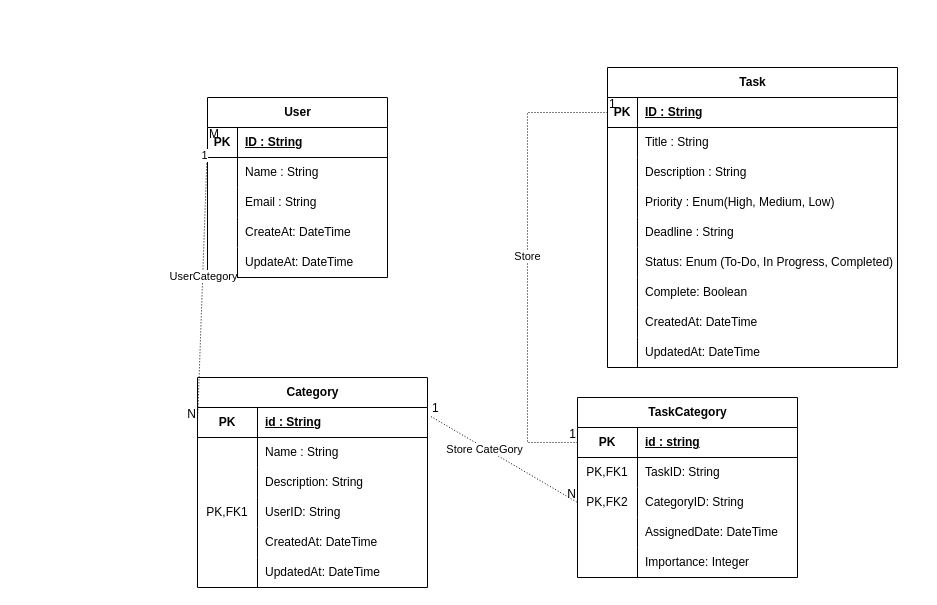
Above: databaseDiagram/Untitled Diagram.drawio in parinya-ao/databaseMidtermProject (draw.io), before the change. Source tidied: cells renumbered, new cells numbered last; positions are measured from the earlier drawing's top-left corner, leaving out a move shared by most shapes. Both pictures are drawn from the tidied source at 100%, with x=0, y=0 at pixel (197, 67).
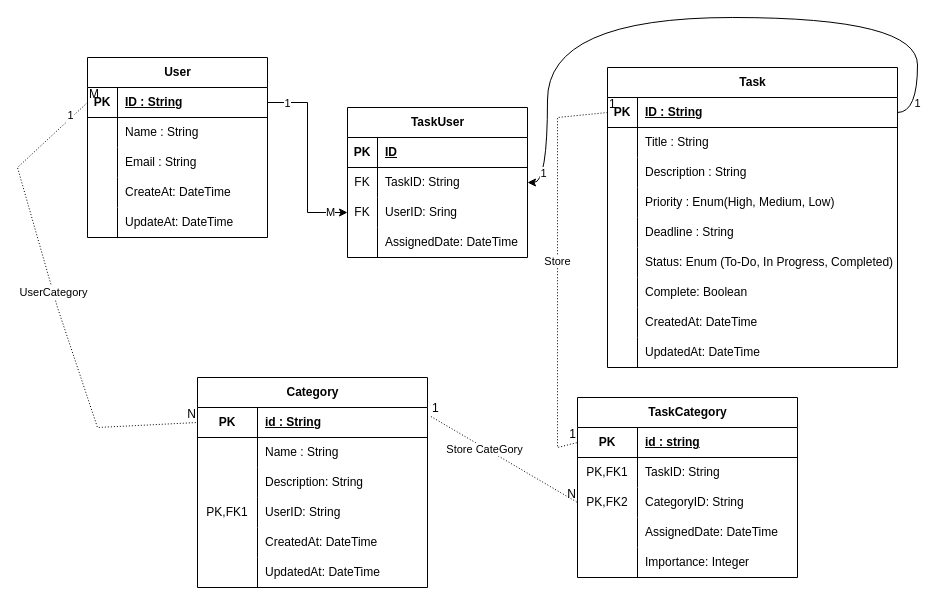
After the change.

Unchanged cells that the change refers to:
```xml
<mxCell id="3" style="shape=tableRow;horizontal=0;startSize=0;swimlaneHead=0;swimlaneBody=0;fillColor=none;points=[[0,0.5],[1,0.5]];portConstraint=eastwest;top=0;left=0;right=0;bottom=1;" parent="2" vertex="1">
  <mxGeometry y="30" width="180" height="30" as="geometry" />
</mxCell>
<mxCell id="20" style="shape=tableRow;horizontal=0;startSize=0;swimlaneHead=0;swimlaneBody=0;fillColor=none;points=[[0,0.5],[1,0.5]];portConstraint=eastwest;top=0;left=0;right=0;bottom=1;" parent="19" vertex="1">
  <mxGeometry y="30" width="290" height="30" as="geometry" />
</mxCell>
<mxCell id="48" style="shape=tableRow;horizontal=0;startSize=0;swimlaneHead=0;swimlaneBody=0;fillColor=none;points=[[0,0.5],[1,0.5]];portConstraint=eastwest;top=0;left=0;right=0;bottom=1;" parent="47" vertex="1">
  <mxGeometry y="30" width="230" height="30" as="geometry" />
</mxCell>
<mxCell id="67" style="shape=tableRow;horizontal=0;startSize=0;swimlaneHead=0;swimlaneBody=0;fillColor=none;points=[[0,0.5],[1,0.5]];portConstraint=eastwest;top=0;left=0;right=0;bottom=1;" parent="66" vertex="1">
  <mxGeometry y="30" width="220" height="30" as="geometry" />
</mxCell>
```

The edit, as a diff of the source:
```diff
@@
     <mxCell id="2" value="User" style="shape=table;startSize=30;childLayout=tableLayout;rowLines=0;fontStyle=1;align=center;html=1;" parent="1" vertex="1">
-      <mxGeometry x="10" y="30" width="180" height="180" as="geometry" />
+      <mxGeometry x="-110" y="-10" width="180" height="180" as="geometry" />
     </mxCell>
@@
     <mxCell id="82" style="endArrow=none;html=1;rounded=0;dashed=1;dashPattern=1 2;exitX=0;exitY=0.5;exitDx=0;exitDy=0;entryX=0;entryY=0.5;entryDx=0;entryDy=0;" parent="1" edge="1" source="3" target="48">
-      <mxGeometry relative="1" as="geometry" />
+      <mxGeometry relative="1" as="geometry">
+        <Array as="points">
+          <mxPoint x="-180" y="100" />
+          <mxPoint x="-140" y="240" />
+          <mxPoint x="-100" y="360" />
+        </Array>
+      </mxGeometry>
     </mxCell>
@@
     <mxCell id="91" style="endArrow=none;html=1;rounded=0;dashed=1;dashPattern=1 2;exitX=0;exitY=0.5;exitDx=0;exitDy=0;entryX=0;entryY=0.5;entryDx=0;entryDy=0;" parent="1" edge="1" source="20" target="67">
       <mxGeometry relative="1" as="geometry">
         <Array as="points">
-          <mxPoint x="330" y="45" />
-          <mxPoint x="330" y="375" />
+          <mxPoint x="360" y="50" />
+          <mxPoint x="360" y="380" />
         </Array>
       </mxGeometry>
     </mxCell>
@@
+    <mxCell id="95" value="TaskUser" style="shape=table;startSize=30;childLayout=tableLayout;rowLines=0;fontStyle=1;align=center;html=1;" parent="1" vertex="1">
+      <mxGeometry x="150" y="40" width="180" height="150" as="geometry" />
+    </mxCell>
+    <mxCell id="96" style="shape=tableRow;horizontal=0;startSize=0;swimlaneHead=0;swimlaneBody=0;fillColor=none;top=0;left=0;right=0;bottom=1;" parent="95" vertex="1">
+      <mxGeometry y="30" width="180" height="30" as="geometry" />
+    </mxCell>
+    <mxCell id="97" value="PK" style="shape=partialRectangle;fillColor=none;top=0;left=0;bottom=0;right=0;fontStyle=1;overflow=hidden;whiteSpace=wrap;html=1;" parent="96" vertex="1">
+      <mxGeometry width="30" height="30" as="geometry" />
+    </mxCell>
+    <mxCell id="98" value="ID" style="shape=partialRectangle;fillColor=none;top=0;left=0;bottom=0;right=0;align=left;spacingLeft=6;fontStyle=5;overflow=hidden;whiteSpace=wrap;html=1;" parent="96" vertex="1">
+      <mxGeometry x="30" width="150" height="30" as="geometry" />
+    </mxCell>
+    <mxCell id="99" style="shape=tableRow;horizontal=0;startSize=0;swimlaneHead=0;swimlaneBody=0;fillColor=none;points=[[0,0.5],[1,0.5]];portConstraint=eastwest;top=0;left=0;right=0;bottom=0;" parent="95" vertex="1">
+      <mxGeometry y="60" width="180" height="30" as="geometry" />
+    </mxCell>
+    <mxCell id="100" value="FK" style="shape=partialRectangle;fillColor=none;top=0;left=0;bottom=0;right=0;overflow=hidden;whiteSpace=wrap;html=1;" parent="99" vertex="1">
+      <mxGeometry width="30" height="30" as="geometry" />
+    </mxCell>
+    <mxCell id="101" value="TaskID: String" style="shape=partialRectangle;fillColor=none;top=0;left=0;bottom=0;right=0;align=left;spacingLeft=6;overflow=hidden;whiteSpace=wrap;html=1;" parent="99" vertex="1">
+      <mxGeometry x="30" width="150" height="30" as="geometry" />
+    </mxCell>
+    <mxCell id="102" style="shape=tableRow;horizontal=0;startSize=0;swimlaneHead=0;swimlaneBody=0;fillColor=none;points=[[0,0.5],[1,0.5]];portConstraint=eastwest;top=0;left=0;right=0;bottom=0;" parent="95" vertex="1">
+      <mxGeometry y="90" width="180" height="30" as="geometry" />
+    </mxCell>
+    <mxCell id="103" value="FK" style="shape=partialRectangle;fillColor=none;top=0;left=0;bottom=0;right=0;overflow=hidden;whiteSpace=wrap;html=1;" parent="102" vertex="1">
+      <mxGeometry width="30" height="30" as="geometry" />
+    </mxCell>
+    <mxCell id="104" value="UserID: Sring" style="shape=partialRectangle;fillColor=none;top=0;left=0;bottom=0;right=0;align=left;spacingLeft=6;overflow=hidden;whiteSpace=wrap;html=1;" parent="102" vertex="1">
+      <mxGeometry x="30" width="150" height="30" as="geometry" />
+    </mxCell>
+    <mxCell id="105" style="shape=tableRow;horizontal=0;startSize=0;swimlaneHead=0;swimlaneBody=0;fillColor=none;top=0;left=0;right=0;bottom=0;" parent="95" vertex="1">
+      <mxGeometry y="120" width="180" height="30" as="geometry" />
+    </mxCell>
+    <mxCell id="106" style="shape=partialRectangle;fillColor=none;top=0;left=0;bottom=0;right=0;overflow=hidden;whiteSpace=wrap;html=1;" parent="105" vertex="1">
+      <mxGeometry width="30" height="30" as="geometry" />
+    </mxCell>
+    <mxCell id="107" value="AssignedDate: DateTime" style="shape=partialRectangle;fillColor=none;top=0;left=0;bottom=0;right=0;align=left;spacingLeft=6;overflow=hidden;whiteSpace=wrap;html=1;" parent="105" vertex="1">
+      <mxGeometry x="30" width="150" height="30" as="geometry" />
+    </mxCell>
+    <mxCell id="108" style="edgeStyle=orthogonalEdgeStyle;rounded=0;jettySize=auto;html=1;exitX=1;exitY=0.5;exitDx=0;exitDy=0;curved=1;entryX=1;entryY=0.5;entryDx=0;entryDy=0;" parent="1" edge="1" source="20" target="99">
+      <mxGeometry relative="1" as="geometry">
+        <Array as="points">
+          <mxPoint x="720" y="45" />
+          <mxPoint x="720" y="-50" />
+          <mxPoint x="350" y="-50" />
+          <mxPoint x="350" y="115" />
+        </Array>
+      </mxGeometry>
+    </mxCell>
+    <mxCell id="109" value="1" style="edgeLabel;html=1;align=center;verticalAlign=middle;" parent="108" vertex="1">
+      <mxGeometry x="-0.91" y="1" relative="1" as="geometry" />
+    </mxCell>
+    <mxCell id="110" value="1" style="edgeLabel;html=1;align=center;verticalAlign=middle;" parent="108" vertex="1">
+      <mxGeometry x="0.91" y="-5" relative="1" as="geometry" />
+    </mxCell>
+    <mxCell id="111" style="edgeStyle=orthogonalEdgeStyle;rounded=0;jettySize=auto;html=1;exitX=1;exitY=0.5;exitDx=0;exitDy=0;entryX=0;entryY=0.5;entryDx=0;entryDy=0;" parent="1" edge="1" source="3" target="102">
+      <mxGeometry relative="1" as="geometry" />
+    </mxCell>
+    <mxCell id="112" value="1" style="edgeLabel;html=1;align=center;verticalAlign=middle;" parent="111" vertex="1">
+      <mxGeometry x="-0.8" relative="1" as="geometry" />
+    </mxCell>
+    <mxCell id="113" value="M" style="edgeLabel;html=1;align=center;verticalAlign=middle;" parent="111" vertex="1">
+      <mxGeometry x="0.81" y="1" relative="1" as="geometry" />
+    </mxCell>
```
